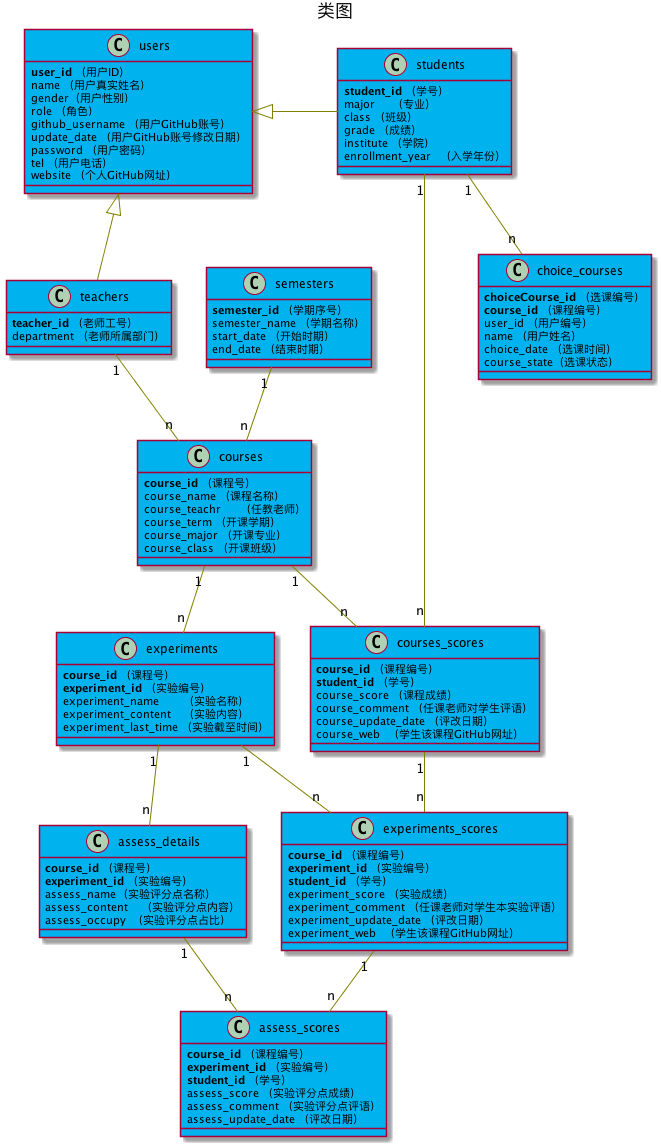
Before: out/test6/类图/类图.png, a diagram exported from PlantUML (Landy7/is_analysis).
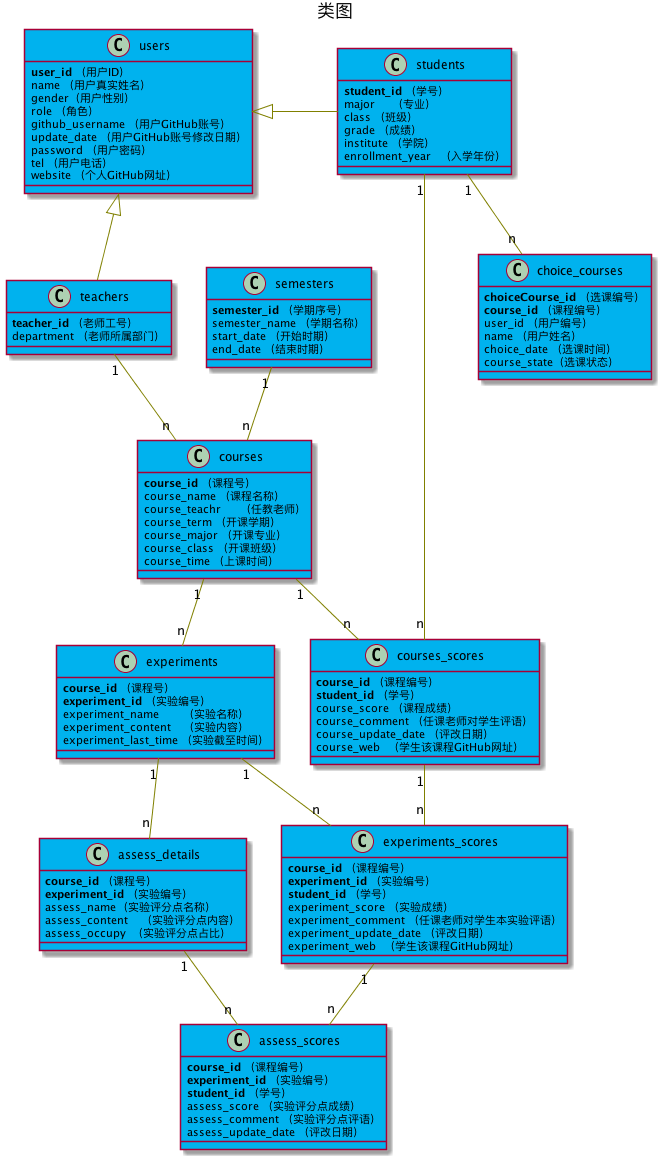
The same file after the commit.

Diff of the diagram source:
```diff
@@ -40,6 +40,7 @@
     course_term （开课学期）
     course_major （开课专业）
     course_class （开课班级）
+    course_time （上课时间）
 }
 
 class experiments {
```
